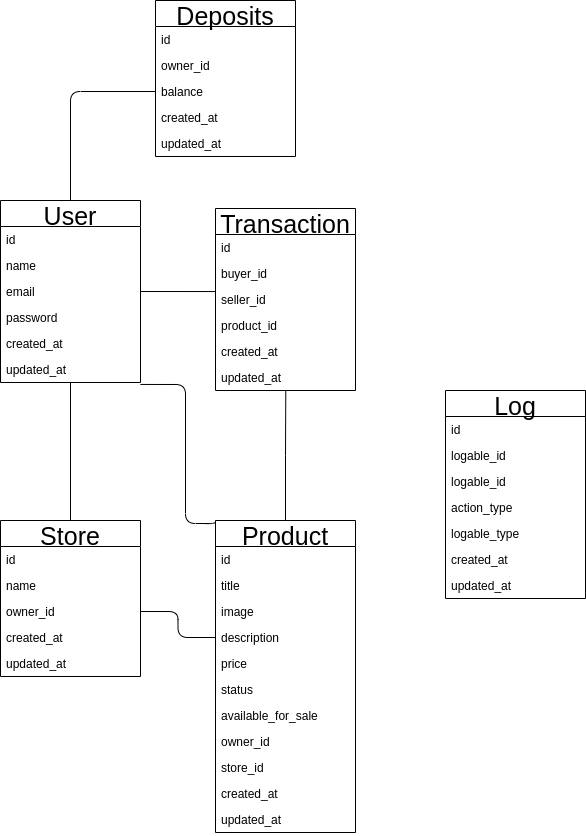
Above: res/table.png in jameswang50/Marketplace-DS-Go (draw.io), before the change. Source tidied: cells renumbered, new cells last; positions are measured from the earlier drawing's top-left corner, leaving out a move shared by most shapes.
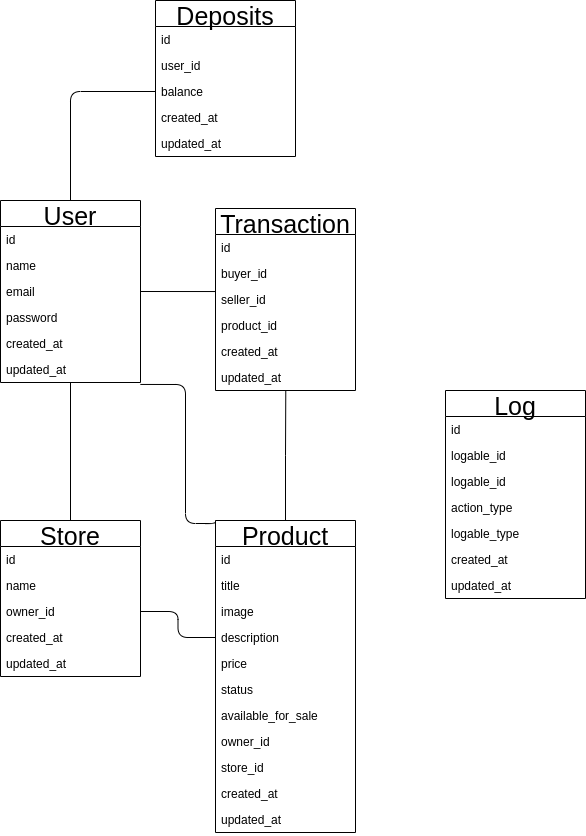
After the change.

The edit, as a diff of the source:
```diff
@@ -145,7 +145,7 @@
     <mxCell id="47" value="id" style="text;strokeColor=none;fillColor=none;align=left;verticalAlign=top;spacingLeft=4;spacingRight=4;overflow=hidden;" parent="46" vertex="1">
       <mxGeometry y="26" width="140" height="26" as="geometry" />
     </mxCell>
-    <mxCell id="48" value="owner_id" style="text;strokeColor=none;fillColor=none;align=left;verticalAlign=top;spacingLeft=4;spacingRight=4;overflow=hidden;" parent="46" vertex="1">
+    <mxCell id="48" value="user_id" style="text;strokeColor=none;fillColor=none;align=left;verticalAlign=top;spacingLeft=4;spacingRight=4;overflow=hidden;" parent="46" vertex="1">
       <mxGeometry y="52" width="140" height="26" as="geometry" />
     </mxCell>
     <mxCell id="49" value="balance" style="text;strokeColor=none;fillColor=none;align=left;verticalAlign=top;spacingLeft=4;spacingRight=4;overflow=hidden;points=[[0,0.5],[1,0.5]];portConstraint=eastwest;" parent="46" vertex="1">
```
